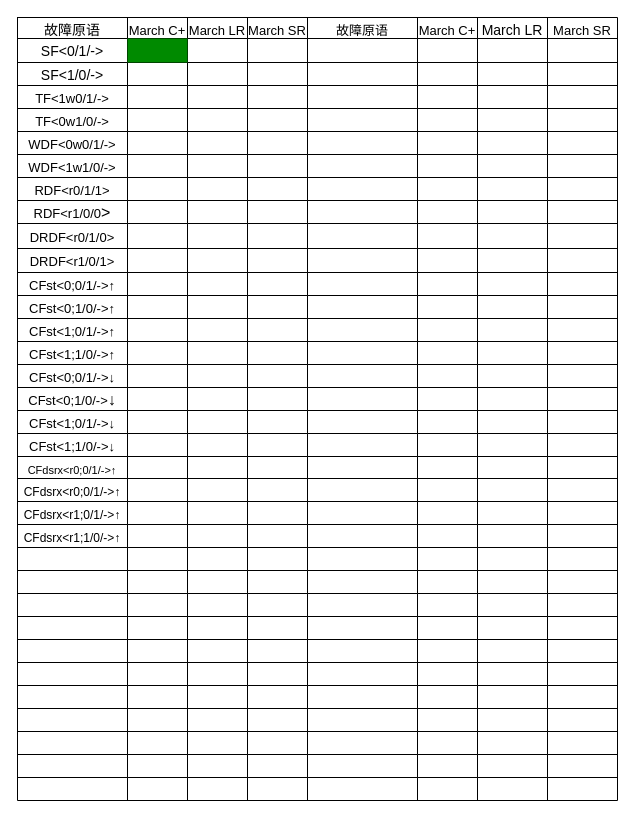
Earlier version of the draw.io diagram doc/compare.drawio (shanshan-lu/homwork). Source tidied: cells renumbered, new cells numbered last; positions are measured from the earlier drawing's top-left corner, leaving out a move shared by most shapes. Both pictures are drawn from the tidied source at 100%, with x=0, y=0 at pixel (17, 17).
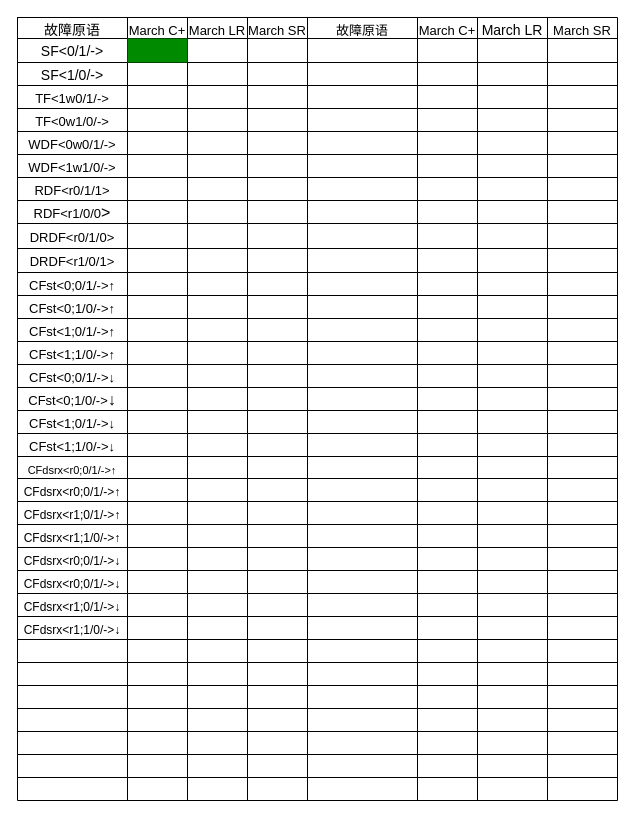
The same diagram, later.

The change refers to these unchanged cells:
```xml
<mxCell id="210" style="shape=tableRow;horizontal=0;startSize=0;swimlaneHead=0;swimlaneBody=0;strokeColor=inherit;top=0;left=0;bottom=0;right=0;fillColor=none;fontSize=16;" parent="2" vertex="1">
  <mxGeometry y="530" width="600" height="23" as="geometry" />
</mxCell>
<mxCell id="219" style="shape=tableRow;horizontal=0;startSize=0;swimlaneHead=0;swimlaneBody=0;strokeColor=inherit;top=0;left=0;bottom=0;right=0;fillColor=none;fontSize=16;" parent="2" vertex="1">
  <mxGeometry y="553" width="600" height="23" as="geometry" />
</mxCell>
<mxCell id="228" style="shape=tableRow;horizontal=0;startSize=0;swimlaneHead=0;swimlaneBody=0;strokeColor=inherit;top=0;left=0;bottom=0;right=0;fillColor=none;fontSize=16;" parent="2" vertex="1">
  <mxGeometry y="576" width="600" height="23" as="geometry" />
</mxCell>
<mxCell id="237" style="shape=tableRow;horizontal=0;startSize=0;swimlaneHead=0;swimlaneBody=0;strokeColor=inherit;top=0;left=0;bottom=0;right=0;fillColor=none;fontSize=16;" parent="2" vertex="1">
  <mxGeometry y="599" width="600" height="23" as="geometry" />
</mxCell>
```

What changed in the source:
```diff
@@
-    <mxCell id="211" style="shape=partialRectangle;html=1;whiteSpace=wrap;strokeColor=inherit;overflow=hidden;fillColor=none;top=0;left=0;bottom=0;right=0;fontSize=16;" parent="210" vertex="1">
+    <mxCell id="211" value="&lt;font style=&quot;font-size: 12px;&quot;&gt;CFdsrx&amp;lt;r0;0/1/-&amp;gt;↓&lt;/font&gt;" style="shape=partialRectangle;html=1;whiteSpace=wrap;strokeColor=inherit;overflow=hidden;fillColor=none;top=0;left=0;bottom=0;right=0;fontSize=16;" parent="210" vertex="1">
       <mxGeometry width="110" height="23" as="geometry" />
     </mxCell>
@@
-    <mxCell id="220" style="shape=partialRectangle;html=1;whiteSpace=wrap;strokeColor=inherit;overflow=hidden;fillColor=none;top=0;left=0;bottom=0;right=0;fontSize=16;" parent="219" vertex="1">
+    <mxCell id="220" value="&lt;font style=&quot;font-size: 12px;&quot;&gt;CFdsrx&amp;lt;r0;0/1/-&amp;gt;↓&lt;/font&gt;" style="shape=partialRectangle;html=1;whiteSpace=wrap;strokeColor=inherit;overflow=hidden;fillColor=none;top=0;left=0;bottom=0;right=0;fontSize=16;" parent="219" vertex="1">
       <mxGeometry width="110" height="23" as="geometry" />
     </mxCell>
@@
-    <mxCell id="229" style="shape=partialRectangle;html=1;whiteSpace=wrap;strokeColor=inherit;overflow=hidden;fillColor=none;top=0;left=0;bottom=0;right=0;fontSize=16;" parent="228" vertex="1">
+    <mxCell id="229" value="&lt;span style=&quot;color: rgb(0, 0, 0); font-family: Helvetica; font-size: 12px; font-style: normal; font-variant-ligatures: normal; font-variant-caps: normal; font-weight: 400; letter-spacing: normal; orphans: 2; text-align: center; text-indent: 0px; text-transform: none; widows: 2; word-spacing: 0px; -webkit-text-stroke-width: 0px; background-color: rgb(251, 251, 251); text-decoration-thickness: initial; text-decoration-style: initial; text-decoration-color: initial; float: none; display: inline !important;&quot;&gt;CFdsrx&amp;lt;r1;0/1/-&amp;gt;↓&lt;br&gt;&lt;/span&gt;" style="shape=partialRectangle;html=1;whiteSpace=wrap;strokeColor=inherit;overflow=hidden;fillColor=none;top=0;left=0;bottom=0;right=0;fontSize=16;" parent="228" vertex="1">
       <mxGeometry width="110" height="23" as="geometry" />
     </mxCell>
@@
-    <mxCell id="238" style="shape=partialRectangle;html=1;whiteSpace=wrap;strokeColor=inherit;overflow=hidden;fillColor=none;top=0;left=0;bottom=0;right=0;fontSize=16;" parent="237" vertex="1">
+    <mxCell id="238" value="&lt;font style=&quot;font-size: 12px;&quot;&gt;CFdsrx&amp;lt;r1;1/0/-&amp;gt;↓&lt;/font&gt;" style="shape=partialRectangle;html=1;whiteSpace=wrap;strokeColor=inherit;overflow=hidden;fillColor=none;top=0;left=0;bottom=0;right=0;fontSize=16;" parent="237" vertex="1">
       <mxGeometry width="110" height="23" as="geometry" />
     </mxCell>
```
